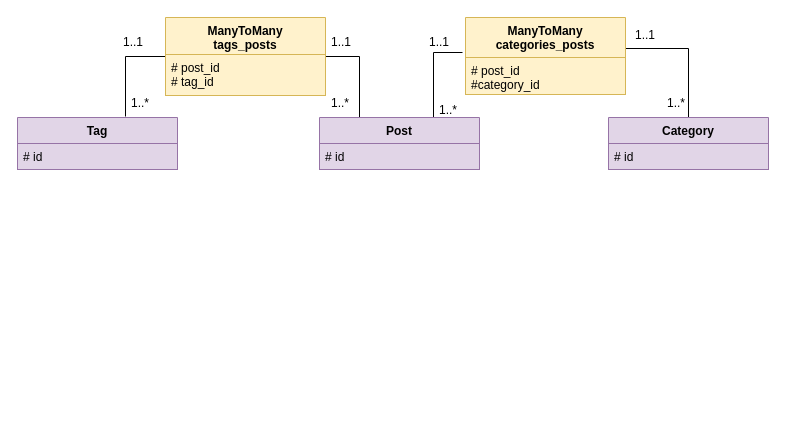
caucrogeGit/blog keeps this draw.io diagram as modele.drawio. Above is the earlier version. Source tidied: cells renumbered, new cells numbered last; positions are measured from the earlier drawing's top-left corner, leaving out a move shared by most shapes. Both pictures are drawn from the tidied source at 100%, with x=0, y=0 at pixel (17, 17).
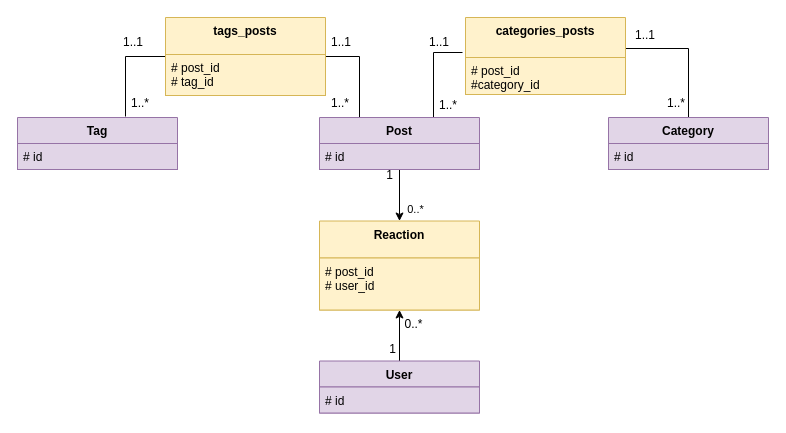
After the change.

The change refers to these unchanged cells:
```xml
<mxCell id="4" value="Post" style="swimlane;fontStyle=1;align=center;verticalAlign=top;horizontal=1;startSize=26;fillColor=#e1d5e7;strokeColor=#9673a6;" parent="1" vertex="1">
  <mxGeometry x="302" y="100" width="160" height="52" as="geometry" />
</mxCell>
```

The edit, as a diff of the source:
```diff
@@
+    <mxCell id="24" value="0..*" style="edgeStyle=orthogonalEdgeStyle;rounded=0;jettySize=auto;html=1;exitX=0.5;exitY=1;exitDx=0;exitDy=0;entryX=0.5;entryY=0;entryDx=0;entryDy=0;" parent="1" edge="1" source="4" target="31">
+      <mxGeometry x="0.56" y="16" relative="1" as="geometry" />
+    </mxCell>
+    <mxCell id="25" value="1" style="text;html=1;align=center;verticalAlign=middle;labelBackgroundColor=#ffffff;" parent="24" vertex="1">
+      <mxGeometry x="-0.8" y="2" relative="1" as="geometry">
+        <mxPoint x="-13" as="offset" />
+      </mxGeometry>
+    </mxCell>
@@
     <mxCell id="9" value="1..*&lt;br&gt;" style="text;html=1;align=left;verticalAlign=top;spacingTop=-4;" parent="1" vertex="1">
-      <mxGeometry x="420" y="83" width="28" height="14" as="geometry" />
+      <mxGeometry x="420" y="78" width="28" height="14" as="geometry" />
     </mxCell>
@@
-    <mxCell id="11" value="ManyToMany&#10;categories_posts" style="swimlane;fontStyle=1;align=center;verticalAlign=top;horizontal=1;startSize=40;fillColor=#fff2cc;strokeColor=#d6b656;" parent="1" vertex="1">
+    <mxCell id="11" value="categories_posts" style="swimlane;fontStyle=1;align=center;verticalAlign=top;horizontal=1;startSize=40;fillColor=#fff2cc;strokeColor=#d6b656;" parent="1" vertex="1">
       <mxGeometry x="448" width="160" height="77" as="geometry" />
     </mxCell>
@@
-    <mxCell id="18" value="ManyToMany&#10;tags_posts" style="swimlane;fontStyle=1;align=center;verticalAlign=top;horizontal=1;startSize=37;fillColor=#fff2cc;strokeColor=#d6b656;" parent="1" vertex="1">
+    <mxCell id="18" value="tags_posts" style="swimlane;fontStyle=1;align=center;verticalAlign=top;horizontal=1;startSize=37;fillColor=#fff2cc;strokeColor=#d6b656;" parent="1" vertex="1">
       <mxGeometry x="148" width="160" height="78" as="geometry" />
     </mxCell>
@@
+    <mxCell id="26" style="edgeStyle=orthogonalEdgeStyle;rounded=0;jettySize=auto;html=1;exitX=0.5;exitY=0;exitDx=0;exitDy=0;entryX=0.5;entryY=1;entryDx=0;entryDy=0;" parent="1" edge="1" source="29" target="31">
+      <mxGeometry relative="1" as="geometry" />
+    </mxCell>
+    <mxCell id="27" value="0..*" style="text;html=1;align=center;verticalAlign=middle;labelBackgroundColor=#ffffff;" parent="26" vertex="1">
+      <mxGeometry x="0.72" relative="1" as="geometry">
+        <mxPoint x="13" y="7" as="offset" />
+      </mxGeometry>
+    </mxCell>
+    <mxCell id="28" value="1" style="text;html=1;align=center;verticalAlign=middle;labelBackgroundColor=#ffffff;" parent="26" vertex="1">
+      <mxGeometry x="-0.76" y="1" relative="1" as="geometry">
+        <mxPoint x="-7" y="-6" as="offset" />
+      </mxGeometry>
+    </mxCell>
+    <mxCell id="29" value="User" style="swimlane;fontStyle=1;align=center;verticalAlign=top;horizontal=1;startSize=26;fillColor=#e1d5e7;strokeColor=#9673a6;" parent="1" vertex="1">
+      <mxGeometry x="302" y="343.5" width="160" height="52" as="geometry" />
+    </mxCell>
+    <mxCell id="30" value="# id" style="text;strokeColor=#9673a6;fillColor=#e1d5e7;align=left;verticalAlign=top;spacingLeft=4;spacingRight=4;overflow=hidden;" parent="29" vertex="1">
+      <mxGeometry y="26" width="160" height="26" as="geometry" />
+    </mxCell>
+    <mxCell id="31" value="Reaction" style="swimlane;fontStyle=1;align=center;verticalAlign=top;horizontal=1;startSize=37;fillColor=#fff2cc;strokeColor=#d6b656;" parent="1" vertex="1">
+      <mxGeometry x="302" y="203.5" width="160" height="89" as="geometry" />
+    </mxCell>
+    <mxCell id="32" value="# post_id&#10;# user_id&#10;&#10;" style="text;strokeColor=#d6b656;fillColor=#fff2cc;align=left;verticalAlign=top;spacingLeft=4;spacingRight=4;overflow=hidden;" parent="31" vertex="1">
+      <mxGeometry y="37" width="160" height="52" as="geometry" />
+    </mxCell>
```
